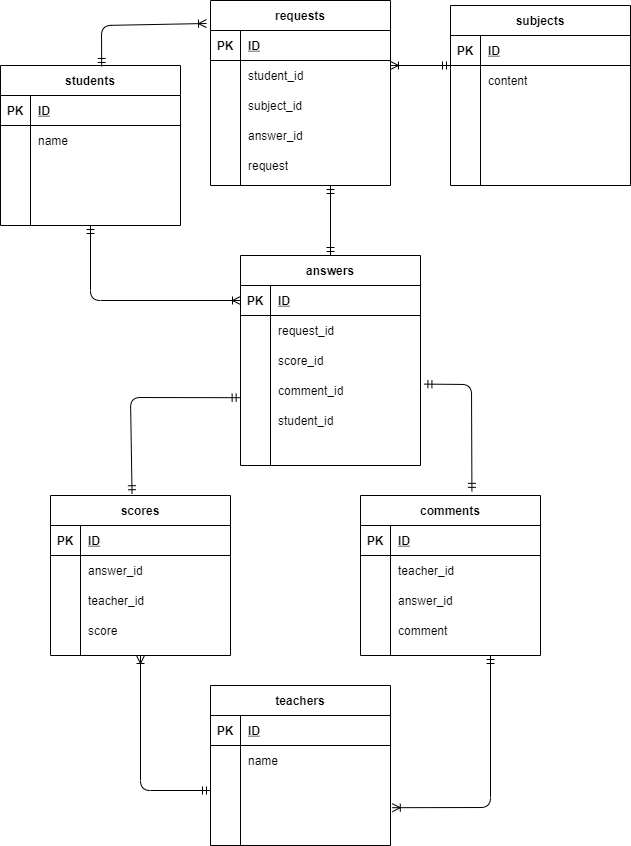
Above: ER.drawio.png in bluemint56/coachtech-task6 (draw.io), before the change. Source tidied: cells renumbered, new cells last; positions are measured from the earlier drawing's top-left corner, leaving out a move shared by most shapes.
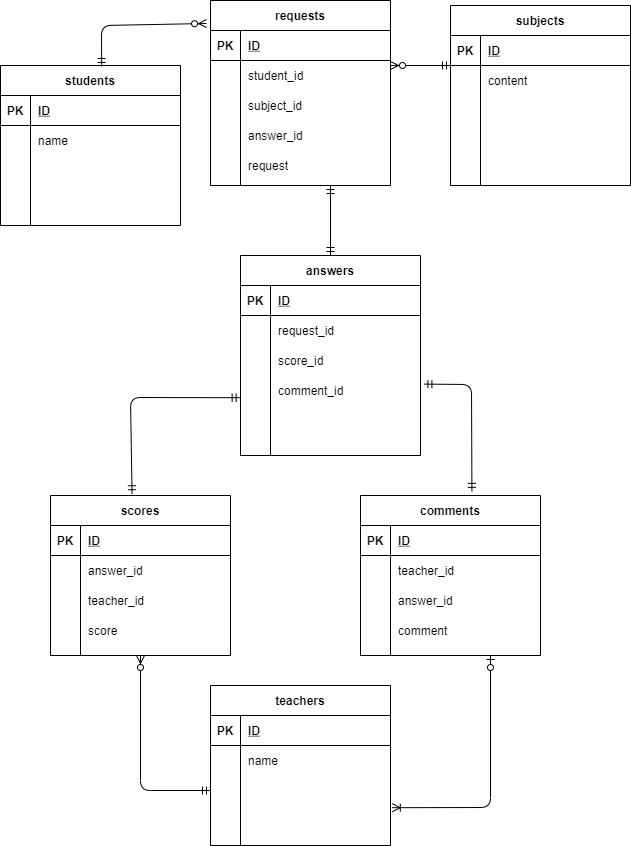
After the change.

Commit message:
task6-ver4

Diff of the diagram source:
```diff
@@ -129,7 +129,7 @@
       <mxGeometry x="30" width="150" height="30" as="geometry" />
     </mxCell>
     <mxCell id="44" value="answers" style="shape=table;startSize=30;rowLines=0;fontStyle=1;align=center;" parent="1" vertex="1">
-      <mxGeometry x="240" y="255" width="180" height="210" as="geometry" />
+      <mxGeometry x="240" y="255" width="180" height="200" as="geometry" />
     </mxCell>
     <mxCell id="45" style="shape=partialRectangle;fillColor=none;top=0;left=0;bottom=1;right=0;points=[[0,0.5],[1,0.5]];portConstraint=eastwest;" parent="44" vertex="1">
       <mxGeometry y="30" width="180" height="30" as="geometry" />
@@ -173,17 +173,17 @@
     <mxCell id="58" style="shape=partialRectangle;fillColor=none;top=0;left=0;bottom=0;right=0;overflow=hidden;" parent="57" vertex="1">
       <mxGeometry width="30" height="30" as="geometry" />
     </mxCell>
-    <mxCell id="59" value="student_id" style="shape=partialRectangle;fillColor=none;top=0;left=0;bottom=0;right=0;align=left;spacingLeft=6;overflow=hidden;" parent="57" vertex="1">
+    <mxCell id="59" style="shape=partialRectangle;fillColor=none;top=0;left=0;bottom=0;right=0;align=left;spacingLeft=6;overflow=hidden;" parent="57" vertex="1">
       <mxGeometry x="30" width="150" height="30" as="geometry" />
     </mxCell>
     <mxCell id="60" style="shape=partialRectangle;fillColor=none;top=0;left=0;bottom=0;right=0;" parent="44" vertex="1">
-      <mxGeometry y="180" width="180" height="30" as="geometry" />
+      <mxGeometry y="180" width="180" height="20" as="geometry" />
     </mxCell>
     <mxCell id="61" style="shape=partialRectangle;fillColor=none;top=0;left=0;bottom=0;right=0;overflow=hidden;" parent="60" vertex="1">
-      <mxGeometry width="30" height="30" as="geometry" />
+      <mxGeometry width="30" height="20" as="geometry" />
     </mxCell>
     <mxCell id="62" style="shape=partialRectangle;fillColor=none;top=0;left=0;bottom=0;right=0;align=left;spacingLeft=6;overflow=hidden;" parent="60" vertex="1">
-      <mxGeometry x="30" width="150" height="30" as="geometry" />
+      <mxGeometry x="30" width="150" height="20" as="geometry" />
     </mxCell>
     <mxCell id="63" value="scores" style="shape=table;startSize=30;rowLines=0;fontStyle=1;align=center;" parent="1" vertex="1">
       <mxGeometry x="50" y="495" width="180" height="160" as="geometry" />
@@ -263,7 +263,7 @@
     <mxCell id="88" value="comment" style="shape=partialRectangle;fillColor=none;top=0;left=0;bottom=0;right=0;align=left;spacingLeft=6;overflow=hidden;" parent="86" vertex="1">
       <mxGeometry x="30" width="150" height="30" as="geometry" />
     </mxCell>
-    <mxCell id="89" style="endArrow=ERoneToMany;html=1;rounded=1;startArrow=ERmandOne;startFill=0;endFill=0;entryX=0.5;entryY=1;entryDx=0;entryDy=0;exitX=0;exitY=0.5;exitDx=0;exitDy=0;" parent="1" edge="1" source="22" target="63">
+    <mxCell id="89" style="endArrow=ERzeroToMany;html=1;rounded=1;startArrow=ERmandOne;startFill=0;endFill=1;entryX=0.5;entryY=1;entryDx=0;entryDy=0;exitX=0;exitY=0.5;exitDx=0;exitDy=0;" parent="1" edge="1" source="22" target="63">
       <mxGeometry relative="1" as="geometry">
         <Array as="points">
           <mxPoint x="140" y="790" />
@@ -282,7 +282,7 @@
         <mxPoint x="330" y="185" as="sourcePoint" />
       </mxGeometry>
     </mxCell>
-    <mxCell id="92" style="endArrow=ERoneToMany;html=1;rounded=1;startArrow=ERmandOne;startFill=0;endFill=0;entryX=1.01;entryY=0.073;entryDx=0;entryDy=0;entryPerimeter=0;" parent="1" edge="1" target="25">
+    <mxCell id="92" style="endArrow=ERoneToMany;html=1;rounded=1;startArrow=ERzeroToOne;startFill=1;endFill=0;entryX=1.01;entryY=0.073;entryDx=0;entryDy=0;entryPerimeter=0;" parent="1" edge="1" target="25">
       <mxGeometry relative="1" as="geometry">
         <mxPoint x="490" y="655" as="sourcePoint" />
         <Array as="points">
@@ -290,7 +290,7 @@
         </Array>
       </mxGeometry>
     </mxCell>
-    <mxCell id="93" style="endArrow=ERoneToMany;html=1;rounded=1;startArrow=ERmandOne;startFill=0;endFill=0;exitX=0.562;exitY=0.006;exitDx=0;exitDy=0;exitPerimeter=0;" parent="1" edge="1" source="2">
+    <mxCell id="93" style="endArrow=ERzeroToMany;html=1;rounded=1;startArrow=ERmandOne;startFill=0;endFill=1;exitX=0.562;exitY=0.006;exitDx=0;exitDy=0;exitPerimeter=0;" parent="1" edge="1" source="2">
       <mxGeometry relative="1" as="geometry">
         <mxPoint x="206" y="23" as="targetPoint" />
         <Array as="points">
@@ -298,19 +298,12 @@
         </Array>
       </mxGeometry>
     </mxCell>
-    <mxCell id="94" style="endArrow=ERmandOne;html=1;rounded=1;startArrow=ERoneToMany;startFill=0;endFill=0;" parent="1" edge="1">
+    <mxCell id="94" style="endArrow=ERmandOne;html=1;rounded=1;startArrow=ERzeroToMany;startFill=1;endFill=0;" parent="1" edge="1">
       <mxGeometry relative="1" as="geometry">
         <mxPoint x="390" y="65" as="sourcePoint" />
         <mxPoint x="450" y="65" as="targetPoint" />
       </mxGeometry>
     </mxCell>
-    <mxCell id="95" style="endArrow=ERoneToMany;html=1;rounded=1;endFill=0;startArrow=ERmandOne;startFill=0;exitX=0.5;exitY=1;exitDx=0;exitDy=0;entryX=0;entryY=0.5;entryDx=0;entryDy=0;" parent="1" edge="1" source="2" target="45">
-      <mxGeometry relative="1" as="geometry">
-        <Array as="points">
-          <mxPoint x="90" y="300" />
-        </Array>
-      </mxGeometry>
-    </mxCell>
     <mxCell id="96" value="requests" style="shape=table;startSize=30;rowLines=0;fontStyle=1;align=center;" parent="1" vertex="1">
       <mxGeometry x="210" width="180" height="185" as="geometry" />
     </mxCell>
```
